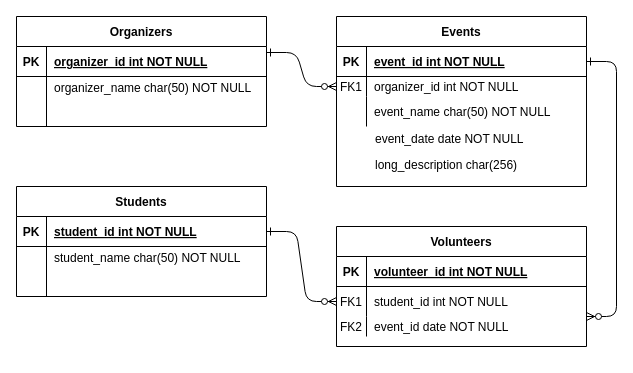
Earlier version of the draw.io diagram Untitled Diagram.drawio (genelafrenier/vms). Source tidied: cells renumbered, new cells numbered last; positions are measured from the earlier drawing's top-left corner, leaving out a move shared by most shapes. Both pictures are drawn from the tidied source at 100%, with x=0, y=0 at pixel (16, 16).
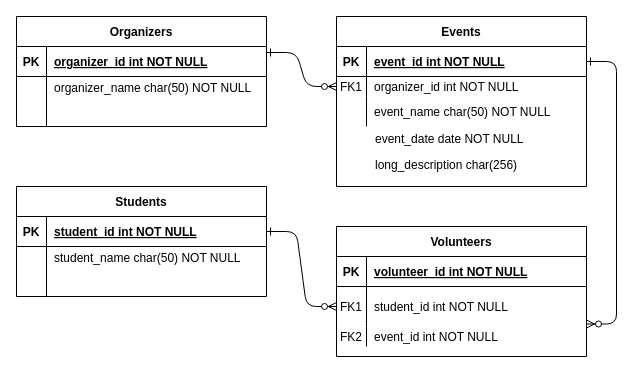
The same diagram, later.

Change to the diagram source:
```diff
@@
     <mxCell id="14" value="Volunteers" style="shape=table;startSize=30;childLayout=tableLayout;rowLines=0;fontStyle=1;align=center;" parent="1" vertex="1">
-      <mxGeometry x="320" y="210" width="250" height="120" as="geometry" />
+      <mxGeometry x="320" y="210" width="250" height="130" as="geometry" />
     </mxCell>
@@
     <mxCell id="18" style="shape=partialRectangle;fillColor=none;points=[[0,0.5],[1,0.5]];portConstraint=eastwest;top=0;left=0;right=0;bottom=0;" parent="14" vertex="1">
-      <mxGeometry y="60" width="250" height="30" as="geometry" />
+      <mxGeometry y="60" width="250" height="40" as="geometry" />
     </mxCell>
     <mxCell id="19" value="FK1" style="shape=partialRectangle;overflow=hidden;fillColor=none;top=0;left=0;bottom=0;right=0;" parent="18" vertex="1">
-      <mxGeometry width="30" height="30" as="geometry" />
+      <mxGeometry width="30" height="40" as="geometry" />
     </mxCell>
     <mxCell id="20" value="student_id int NOT NULL" style="shape=partialRectangle;overflow=hidden;fillColor=none;top=0;left=0;bottom=0;right=0;align=left;spacingLeft=6;" parent="18" vertex="1">
-      <mxGeometry x="30" width="220" height="30" as="geometry" />
+      <mxGeometry x="30" width="220" height="40" as="geometry" />
     </mxCell>
     <mxCell id="21" style="shape=partialRectangle;fillColor=none;top=0;left=0;right=0;bottom=0;" parent="14" vertex="1">
-      <mxGeometry y="90" width="250" height="20" as="geometry" />
+      <mxGeometry y="100" width="250" height="20" as="geometry" />
     </mxCell>
@@
-    <mxCell id="23" value="event_id date NOT NULL" style="shape=partialRectangle;overflow=hidden;fillColor=none;top=0;left=0;bottom=0;right=0;align=left;spacingLeft=6;" parent="21" vertex="1">
+    <mxCell id="23" value="event_id int NOT NULL" style="shape=partialRectangle;overflow=hidden;fillColor=none;top=0;left=0;bottom=0;right=0;align=left;spacingLeft=6;" parent="21" vertex="1">
       <mxGeometry x="30" width="220" height="20" as="geometry" />
     </mxCell>
```
